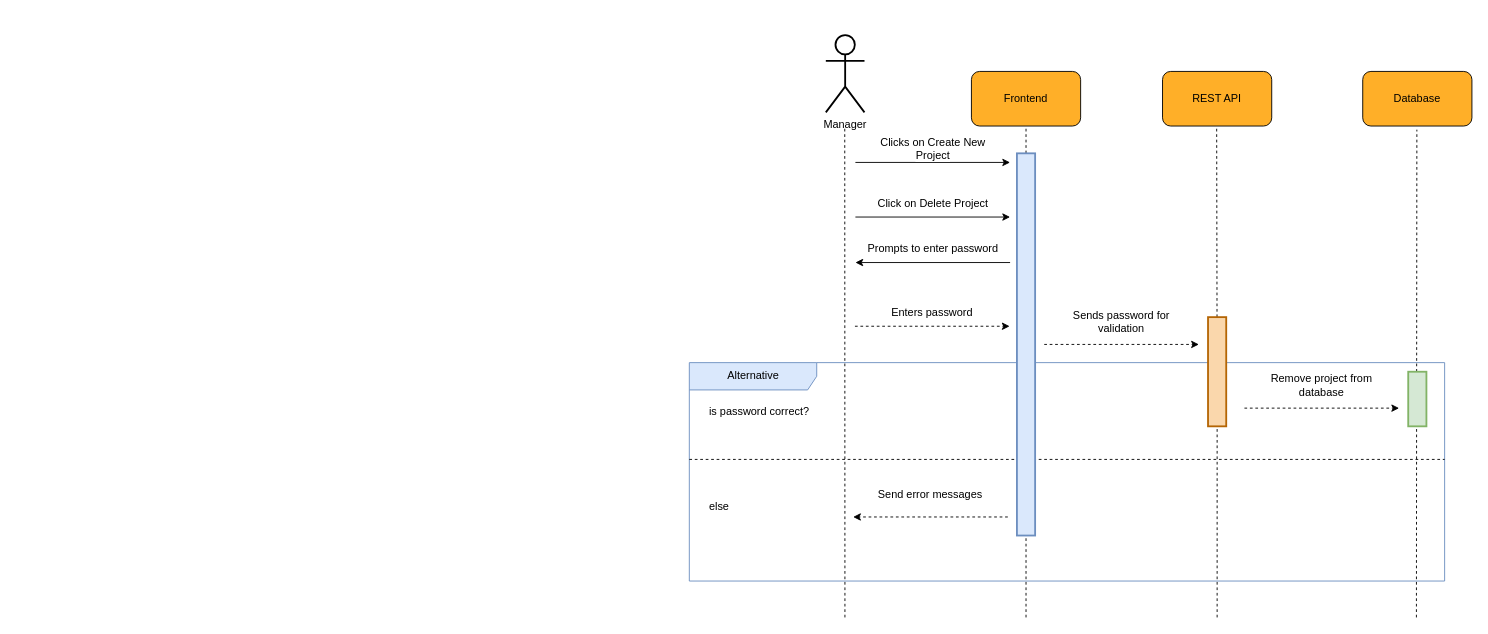
Above: diagrams/collaboration/cd-12.drawio in usman1100/fyp-documentation (draw.io), before the change. Source tidied: cells renumbered, new cells numbered last; positions are measured from the earlier drawing's top-left corner, leaving out a move shared by most shapes. Both pictures are drawn from the tidied source at 91%, with x=0, y=0 at pixel (689, 35).
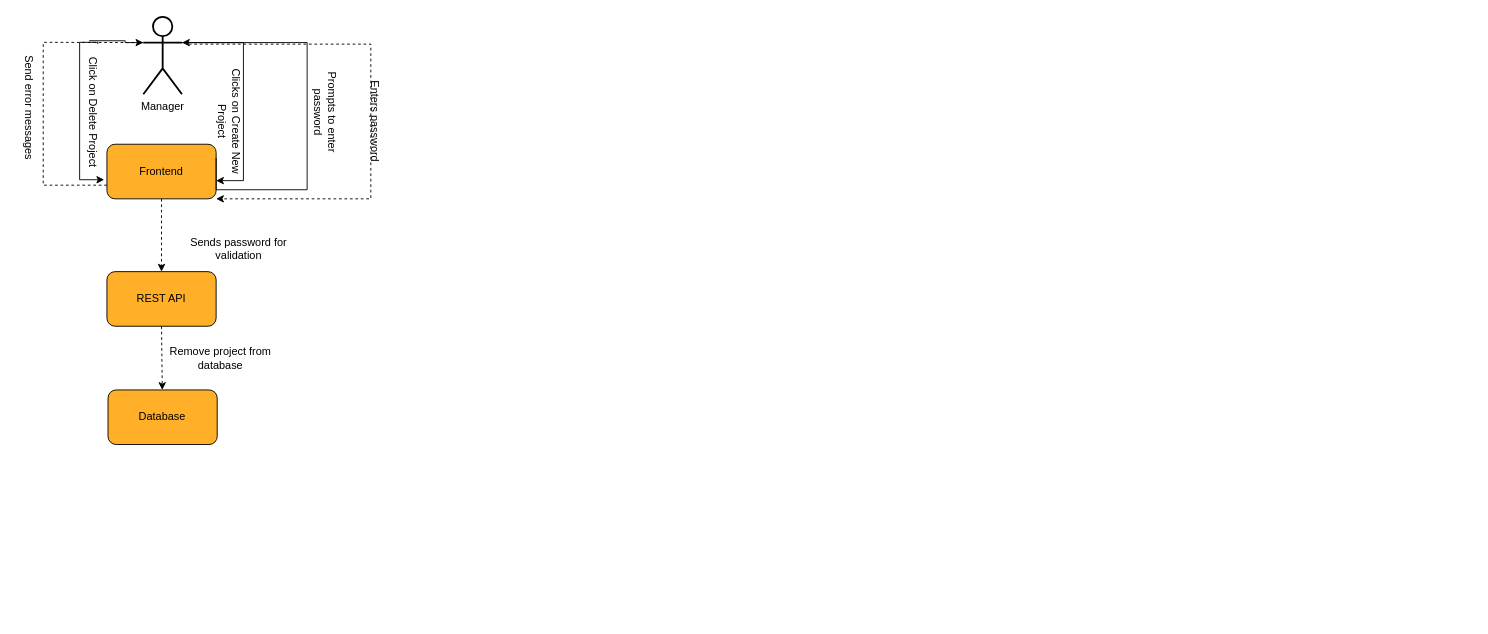
The same diagram, later.

Unchanged cells that the change refers to:
```xml
<mxCell id="10" style="rounded=1;whiteSpace=wrap;html=1;fillColor=#FFAF28;fontSize=12;" parent="9" vertex="1">
  <mxGeometry width="120" height="60" as="geometry" />
</mxCell>
<mxCell id="13" style="rounded=1;whiteSpace=wrap;html=1;fillColor=#FFAF28;fontSize=12;" parent="12" vertex="1">
  <mxGeometry width="120" height="60" as="geometry" />
</mxCell>
<mxCell id="25" style="rounded=1;whiteSpace=wrap;html=1;fillColor=#FFAF28;fontSize=12;" parent="24" vertex="1">
  <mxGeometry width="120" height="60" as="geometry" />
</mxCell>
```

The edit, as a diff of the source:
```diff
@@
-    <mxCell id="2" value="Alternative" style="shape=umlFrame;tabWidth=110;tabHeight=30;tabPosition=left;html=1;boundedLbl=1;labelInHeader=1;width=140;height=30;fillColor=#dae8fc;fontSize=12;strokeWidth=1;strokeColor=#6c8ebf;" parent="1" vertex="1">
-      <mxGeometry y="360" width="830" height="240" as="geometry" />
-    </mxCell>
-    <mxCell id="3" value="is password correct?" style="text;fillColor=none;fontSize=12;" parent="2" vertex="1">
-      <mxGeometry width="100" height="20" relative="1" as="geometry">
-        <mxPoint x="20" y="40" as="offset" />
-      </mxGeometry>
-    </mxCell>
-    <mxCell id="4" value="else" style="line;strokeWidth=1;dashed=1;labelPosition=center;verticalLabelPosition=bottom;align=left;verticalAlign=top;spacingLeft=20;spacingTop=15;fillColor=none;fontSize=12;" parent="2" vertex="1">
-      <mxGeometry y="83.1" width="830" height="46.5" as="geometry" />
-    </mxCell>
-    <mxCell id="5" style="endArrow=classic;html=1;rounded=0;strokeWidth=1;jumpSize=6;fontSize=12;dashed=1;" parent="2" edge="1">
-      <mxGeometry relative="1" as="geometry">
-        <mxPoint x="610" y="50" as="sourcePoint" />
-        <mxPoint x="780" y="50" as="targetPoint" />
-      </mxGeometry>
-    </mxCell>
-    <mxCell id="6" value="&lt;span style=&quot;background-color: rgb(255 , 255 , 255)&quot;&gt;Remove project from database&lt;/span&gt;" style="text;html=1;strokeColor=none;fillColor=none;align=center;verticalAlign=middle;whiteSpace=wrap;rounded=0;fontSize=12;" parent="2" vertex="1">
-      <mxGeometry x="620" y="10" width="150" height="30" as="geometry" />
-    </mxCell>
-    <mxCell id="7" style="endArrow=classic;html=1;rounded=0;strokeWidth=1;jumpSize=6;fontSize=12;dashed=1;" parent="2" edge="1">
-      <mxGeometry relative="1" as="geometry">
-        <mxPoint x="350" y="169.6" as="sourcePoint" />
-        <mxPoint x="180" y="169.6" as="targetPoint" />
-      </mxGeometry>
-    </mxCell>
-    <mxCell id="8" value="&lt;span style=&quot;background-color: rgb(255 , 255 , 255)&quot;&gt;Send error messages&lt;/span&gt;" style="text;html=1;strokeColor=none;fillColor=none;align=center;verticalAlign=middle;whiteSpace=wrap;rounded=0;fontSize=12;" parent="2" vertex="1">
-      <mxGeometry x="190" y="129.6" width="150" height="30" as="geometry" />
-    </mxCell>
     <mxCell id="9" style="group;fontSize=12;" parent="1" vertex="1">
-      <mxGeometry x="310" y="40" width="120" height="60" as="geometry" />
+      <mxGeometry x="-640" y="120" width="120" height="60" as="geometry" />
     </mxCell>
@@
     <mxCell id="12" style="group;fontSize=12;" parent="1" vertex="1">
-      <mxGeometry x="520" y="40" width="120" height="60" as="geometry" />
+      <mxGeometry x="-640" y="260" width="120" height="60" as="geometry" />
     </mxCell>
@@
-    <mxCell id="15" style="endArrow=none;dashed=1;html=1;rounded=0;entryX=0.5;entryY=1;entryDx=0;entryDy=0;jumpSize=6;strokeWidth=1;fontSize=12;" parent="1" edge="1" target="10">
-      <mxGeometry relative="1" as="geometry">
-        <mxPoint x="370" y="640" as="sourcePoint" />
-      </mxGeometry>
-    </mxCell>
-    <mxCell id="16" style="endArrow=none;dashed=1;html=1;rounded=0;entryX=0.5;entryY=1;entryDx=0;entryDy=0;jumpSize=6;strokeWidth=1;startArrow=none;fontSize=12;" parent="1" edge="1" source="22">
-      <mxGeometry relative="1" as="geometry">
-        <mxPoint x="579.5" y="100" as="targetPoint" />
-      </mxGeometry>
-    </mxCell>
+    <mxCell id="37" style="edgeStyle=orthogonalEdgeStyle;rounded=0;jettySize=auto;html=1;exitX=1;exitY=0.3333333333333333;exitDx=0;exitDy=0;exitPerimeter=0;" parent="1" edge="1" source="17">
+      <mxGeometry relative="1" as="geometry">
+        <mxPoint x="-520" y="160" as="targetPoint" />
+        <Array as="points">
+          <mxPoint x="-490" y="8" />
+          <mxPoint x="-490" y="160" />
+        </Array>
+      </mxGeometry>
+    </mxCell>
+    <mxCell id="38" style="edgeStyle=orthogonalEdgeStyle;rounded=0;jettySize=auto;html=1;exitX=0;exitY=0.3333333333333333;exitDx=0;exitDy=0;exitPerimeter=0;entryX=-0.025;entryY=0.65;entryDx=0;entryDy=0;entryPerimeter=0;startArrow=none;" parent="1" edge="1" source="29" target="10">
+      <mxGeometry relative="1" as="geometry">
+        <Array as="points">
+          <mxPoint x="-670" y="8" />
+          <mxPoint x="-670" y="159" />
+        </Array>
+      </mxGeometry>
+    </mxCell>
     <mxCell id="17" value="Manager" style="shape=umlActor;verticalLabelPosition=bottom;verticalAlign=top;html=1;outlineConnect=0;rounded=1;strokeWidth=2;fontSize=12;" parent="1" vertex="1">
-      <mxGeometry x="150" width="42.5" height="85" as="geometry" />
+      <mxGeometry x="-600" y="-20" width="42.5" height="85" as="geometry" />
     </mxCell>
-    <mxCell id="18" style="endArrow=none;dashed=1;html=1;rounded=0;entryX=0.5;entryY=1;entryDx=0;entryDy=0;jumpSize=6;strokeWidth=1;fontSize=12;" parent="1" edge="1">
-      <mxGeometry relative="1" as="geometry">
-        <mxPoint x="171" y="640" as="sourcePoint" />
-        <mxPoint x="170.8" y="100" as="targetPoint" />
-      </mxGeometry>
-    </mxCell>
-    <mxCell id="19" style="endArrow=classic;html=1;rounded=0;strokeWidth=1;jumpSize=6;fontSize=12;" parent="1" edge="1">
-      <mxGeometry relative="1" as="geometry">
-        <mxPoint x="182.5" y="140" as="sourcePoint" />
-        <mxPoint x="352.5" y="140" as="targetPoint" />
-      </mxGeometry>
-    </mxCell>
-    <mxCell id="20" value="&lt;span style=&quot;background-color: rgb(255 , 255 , 255) ; font-size: 12px&quot;&gt;Clicks on Create New Project&lt;/span&gt;" style="text;html=1;strokeColor=none;fillColor=none;align=center;verticalAlign=middle;whiteSpace=wrap;rounded=0;fontSize=12;" parent="1" vertex="1">
-      <mxGeometry x="192.5" y="110" width="150" height="30" as="geometry" />
+    <mxCell id="20" value="&lt;span style=&quot;background-color: rgb(255 , 255 , 255) ; font-size: 12px&quot;&gt;Clicks on Create New Project&lt;/span&gt;" style="text;html=1;strokeColor=none;fillColor=none;align=center;verticalAlign=middle;whiteSpace=wrap;rounded=0;fontSize=12;rotation=90;" parent="1" vertex="1">
+      <mxGeometry x="-580" y="80" width="150" height="30" as="geometry" />
     </mxCell>
-    <mxCell id="21" style="rounded=0;whiteSpace=wrap;html=1;fontSize=12;strokeWidth=2;fillColor=#dae8fc;strokeColor=#6c8ebf;" parent="1" vertex="1">
-      <mxGeometry x="360" y="130" width="20" height="420" as="geometry" />
-    </mxCell>
-    <mxCell id="22" style="rounded=0;whiteSpace=wrap;html=1;fontSize=12;strokeWidth=2;fillColor=#fad7ac;strokeColor=#b46504;" parent="1" vertex="1">
-      <mxGeometry x="570" y="310" width="20" height="120" as="geometry" />
-    </mxCell>
-    <mxCell id="23" style="endArrow=none;dashed=1;html=1;rounded=0;entryX=0.5;entryY=1;entryDx=0;entryDy=0;jumpSize=6;strokeWidth=1;fontSize=12;" parent="1" edge="1" target="22">
-      <mxGeometry relative="1" as="geometry">
-        <mxPoint x="580" y="640" as="sourcePoint" />
-      </mxGeometry>
-    </mxCell>
     <mxCell id="24" style="group;fontSize=12;" parent="1" vertex="1">
-      <mxGeometry x="740" y="40" width="120" height="60" as="geometry" />
+      <mxGeometry x="-638.8" y="390" width="120" height="60" as="geometry" />
     </mxCell>
@@
-    <mxCell id="27" style="endArrow=none;dashed=1;html=1;rounded=0;entryX=0.5;entryY=1;entryDx=0;entryDy=0;jumpSize=6;strokeWidth=1;fontSize=12;startArrow=none;" parent="1" edge="1">
-      <mxGeometry relative="1" as="geometry">
-        <mxPoint x="799" y="640" as="sourcePoint" />
-        <mxPoint x="799.5" y="104" as="targetPoint" />
-      </mxGeometry>
-    </mxCell>
-    <mxCell id="28" style="endArrow=classic;html=1;rounded=0;strokeWidth=1;jumpSize=6;fontSize=12;" parent="1" edge="1">
-      <mxGeometry relative="1" as="geometry">
-        <mxPoint x="182.5" y="200" as="sourcePoint" />
-        <mxPoint x="352.5" y="200" as="targetPoint" />
-      </mxGeometry>
-    </mxCell>
-    <mxCell id="29" value="&lt;span style=&quot;background-color: rgb(255 , 255 , 255)&quot;&gt;Click on Delete Project&lt;/span&gt;" style="text;html=1;strokeColor=none;fillColor=none;align=center;verticalAlign=middle;whiteSpace=wrap;rounded=0;fontSize=12;" parent="1" vertex="1">
-      <mxGeometry x="192.5" y="170" width="150" height="30" as="geometry" />
-    </mxCell>
-    <mxCell id="30" style="endArrow=classic;html=1;rounded=0;strokeWidth=1;jumpSize=6;fontSize=12;" parent="1" edge="1">
-      <mxGeometry relative="1" as="geometry">
-        <mxPoint x="352.5" y="250" as="sourcePoint" />
-        <mxPoint x="182.5" y="250" as="targetPoint" />
-      </mxGeometry>
-    </mxCell>
-    <mxCell id="31" value="&lt;span style=&quot;background-color: rgb(255 , 255 , 255)&quot;&gt;Prompts to enter password&lt;/span&gt;" style="text;html=1;strokeColor=none;fillColor=none;align=center;verticalAlign=middle;whiteSpace=wrap;rounded=0;fontSize=12;" parent="1" vertex="1">
-      <mxGeometry x="192.5" y="220" width="150" height="30" as="geometry" />
+    <mxCell id="31" value="&lt;span style=&quot;background-color: rgb(255 , 255 , 255)&quot;&gt;Prompts to enter password&lt;/span&gt;" style="text;html=1;strokeColor=none;fillColor=none;align=center;verticalAlign=middle;whiteSpace=wrap;rounded=0;fontSize=12;rotation=90;" parent="1" vertex="1">
+      <mxGeometry x="-470" y="70" width="140" height="30" as="geometry" />
     </mxCell>
-    <mxCell id="32" style="endArrow=classic;html=1;rounded=0;strokeWidth=1;jumpSize=6;fontSize=12;dashed=1;" parent="1" edge="1">
-      <mxGeometry relative="1" as="geometry">
-        <mxPoint x="390" y="340" as="sourcePoint" />
-        <mxPoint x="560" y="340" as="targetPoint" />
-      </mxGeometry>
-    </mxCell>
     <mxCell id="33" value="&lt;span style=&quot;background-color: rgb(255 , 255 , 255)&quot;&gt;Sends password for validation&lt;/span&gt;" style="text;html=1;strokeColor=none;fillColor=none;align=center;verticalAlign=middle;whiteSpace=wrap;rounded=0;fontSize=12;" parent="1" vertex="1">
-      <mxGeometry x="400" y="300" width="150" height="30" as="geometry" />
+      <mxGeometry x="-570" y="220" width="150" height="30" as="geometry" />
     </mxCell>
-    <mxCell id="34" style="rounded=0;whiteSpace=wrap;html=1;fontSize=12;strokeWidth=2;fillColor=#d5e8d4;strokeColor=#82b366;" parent="1" vertex="1">
-      <mxGeometry x="790" y="370" width="20" height="60" as="geometry" />
-    </mxCell>
-    <mxCell id="35" style="endArrow=classic;html=1;rounded=0;dashed=1;" parent="1" edge="1">
-      <mxGeometry relative="1" as="geometry">
-        <mxPoint x="182" y="320" as="sourcePoint" />
-        <mxPoint x="352" y="320" as="targetPoint" />
-      </mxGeometry>
+    <mxCell id="35" style="endArrow=classic;html=1;rounded=0;dashed=1;exitX=0.5;exitY=1;exitDx=0;exitDy=0;entryX=0.5;entryY=0;entryDx=0;entryDy=0;" parent="1" edge="1" source="10" target="13">
+      <mxGeometry relative="1" as="geometry" />
     </mxCell>
-    <mxCell id="36" value="Enters password" style="text;html=1;strokeColor=none;fillColor=none;align=center;verticalAlign=middle;whiteSpace=wrap;rounded=0;" parent="1" vertex="1">
-      <mxGeometry x="192" y="290" width="150" height="30" as="geometry" />
+    <mxCell id="36" value="Enters password" style="text;html=1;strokeColor=none;fillColor=none;align=center;verticalAlign=middle;whiteSpace=wrap;rounded=0;rotation=90;" parent="1" vertex="1">
+      <mxGeometry x="-420" y="80" width="150" height="30" as="geometry" />
     </mxCell>
+    <mxCell id="39" style="endArrow=classic;html=1;rounded=0;dashed=1;exitX=0.5;exitY=1;exitDx=0;exitDy=0;" parent="1" edge="1" source="13" target="25">
+      <mxGeometry relative="1" as="geometry" />
+    </mxCell>
+    <mxCell id="40" style="endArrow=classic;html=1;rounded=0;dashed=1;exitX=0;exitY=0.75;exitDx=0;exitDy=0;entryX=0;entryY=0.3333333333333333;entryDx=0;entryDy=0;entryPerimeter=0;" parent="1" edge="1" source="10" target="17">
+      <mxGeometry relative="1" as="geometry">
+        <Array as="points">
+          <mxPoint x="-710" y="165" />
+          <mxPoint x="-710" y="8" />
+        </Array>
+      </mxGeometry>
+    </mxCell>
+    <mxCell id="41" style="edgeStyle=orthogonalEdgeStyle;rounded=0;jettySize=auto;html=1;exitX=1;exitY=0.25;exitDx=0;exitDy=0;entryX=1;entryY=0.3333333333333333;entryDx=0;entryDy=0;entryPerimeter=0;" parent="1" edge="1" source="10" target="17">
+      <mxGeometry relative="1" as="geometry">
+        <Array as="points">
+          <mxPoint x="-520" y="170" />
+          <mxPoint x="-420" y="170" />
+          <mxPoint x="-420" y="8" />
+        </Array>
+      </mxGeometry>
+    </mxCell>
+    <mxCell id="42" style="endArrow=classic;html=1;rounded=0;dashed=1;entryX=1;entryY=1;entryDx=0;entryDy=0;" parent="1" edge="1" target="10">
+      <mxGeometry relative="1" as="geometry">
+        <mxPoint x="-550" y="10" as="sourcePoint" />
+        <Array as="points">
+          <mxPoint x="-350" y="10" />
+          <mxPoint x="-350" y="180" />
+        </Array>
+      </mxGeometry>
+    </mxCell>
+    <mxCell id="6" value="&lt;span style=&quot;background-color: rgb(255 , 255 , 255)&quot;&gt;Remove project from database&lt;/span&gt;" style="text;html=1;strokeColor=none;fillColor=none;align=center;verticalAlign=middle;whiteSpace=wrap;rounded=0;fontSize=12;" parent="1" vertex="1">
+      <mxGeometry x="-590" y="340" width="150" height="30" as="geometry" />
+    </mxCell>
+    <mxCell id="29" value="&lt;span style=&quot;background-color: rgb(255 , 255 , 255)&quot;&gt;Click on Delete Project&lt;/span&gt;" style="text;html=1;strokeColor=none;fillColor=none;align=center;verticalAlign=middle;whiteSpace=wrap;rounded=0;fontSize=12;rotation=90;" parent="1" vertex="1">
+      <mxGeometry x="-730" y="70" width="150" height="30" as="geometry" />
+    </mxCell>
+    <mxCell id="43" style="edgeStyle=orthogonalEdgeStyle;rounded=0;jettySize=auto;html=1;exitX=0;exitY=0.3333333333333333;exitDx=0;exitDy=0;exitPerimeter=0;entryX=-0.025;entryY=0.65;entryDx=0;entryDy=0;entryPerimeter=0;endArrow=none;" parent="1" edge="1" source="17" target="29">
+      <mxGeometry relative="1" as="geometry" />
+    </mxCell>
+    <mxCell id="8" value="&lt;span style=&quot;background-color: rgb(255 , 255 , 255)&quot;&gt;Send error messages&lt;/span&gt;" style="text;html=1;strokeColor=none;fillColor=none;align=center;verticalAlign=middle;whiteSpace=wrap;rounded=0;fontSize=12;rotation=90;" parent="1" vertex="1">
+      <mxGeometry x="-800" y="65" width="150" height="30" as="geometry" />
+    </mxCell>
```
